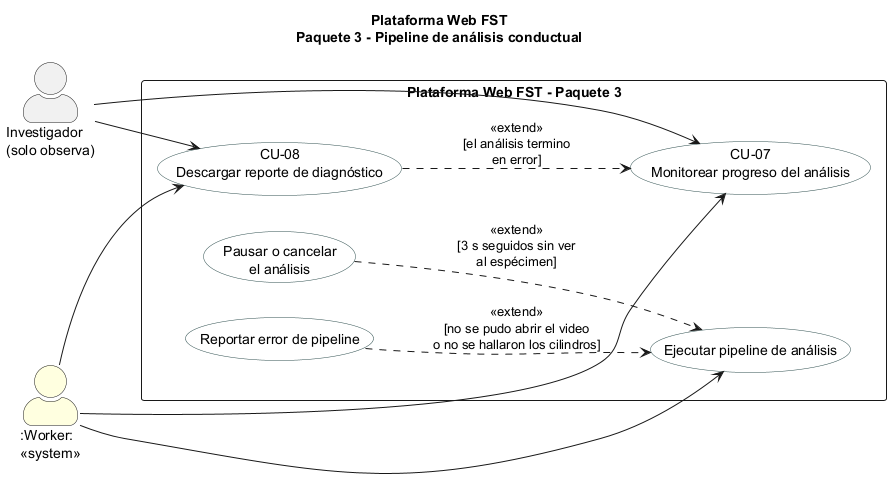
Before: figures/mermaid/cu_paquete3.png, a diagram exported from PlantUML (ErickJester/fst-ai-system-latex).
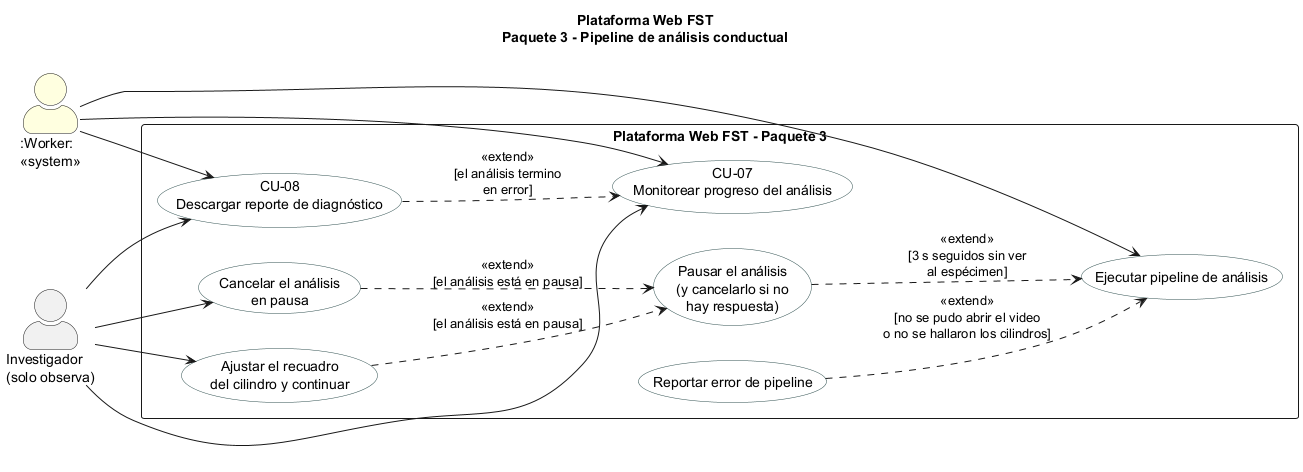
Above is the later version.

Change to the diagram source:
```diff
@@ -12,7 +12,9 @@
 rectangle "Plataforma Web FST - Paquete 3" {
   usecase "Ejecutar pipeline de análisis" as UC30
   usecase "Reportar error de pipeline" as UC36
-  usecase "Pausar o cancelar\nel análisis" as UC37
+  usecase "Pausar el análisis\n(y cancelarlo si no\nhay respuesta)" as UC37
+  usecase "Ajustar el recuadro\ndel cilindro y continuar" as UC38
+  usecase "Cancelar el análisis\nen pausa" as UC39
   usecase "CU-07\nMonitorear progreso del análisis" as CU07
   usecase "CU-08\nDescargar reporte de diagnóstico" as CU08
 }
@@ -22,6 +24,10 @@
 WRK --> CU07
 WRK --> CU08
 UC36 ..> UC30 : <<extend>>\n[no se pudo abrir el video\no no se hallaron los cilindros]
+INV --> UC38
+INV --> UC39
 UC37 ..> UC30 : <<extend>>\n[3 s seguidos sin ver\nal espécimen]
+UC38 ..> UC37 : <<extend>>\n[el análisis está en pausa]
+UC39 ..> UC37 : <<extend>>\n[el análisis está en pausa]
 CU08 ..> CU07 : <<extend>>\n[el análisis termino\nen error]
 @enduml
```
